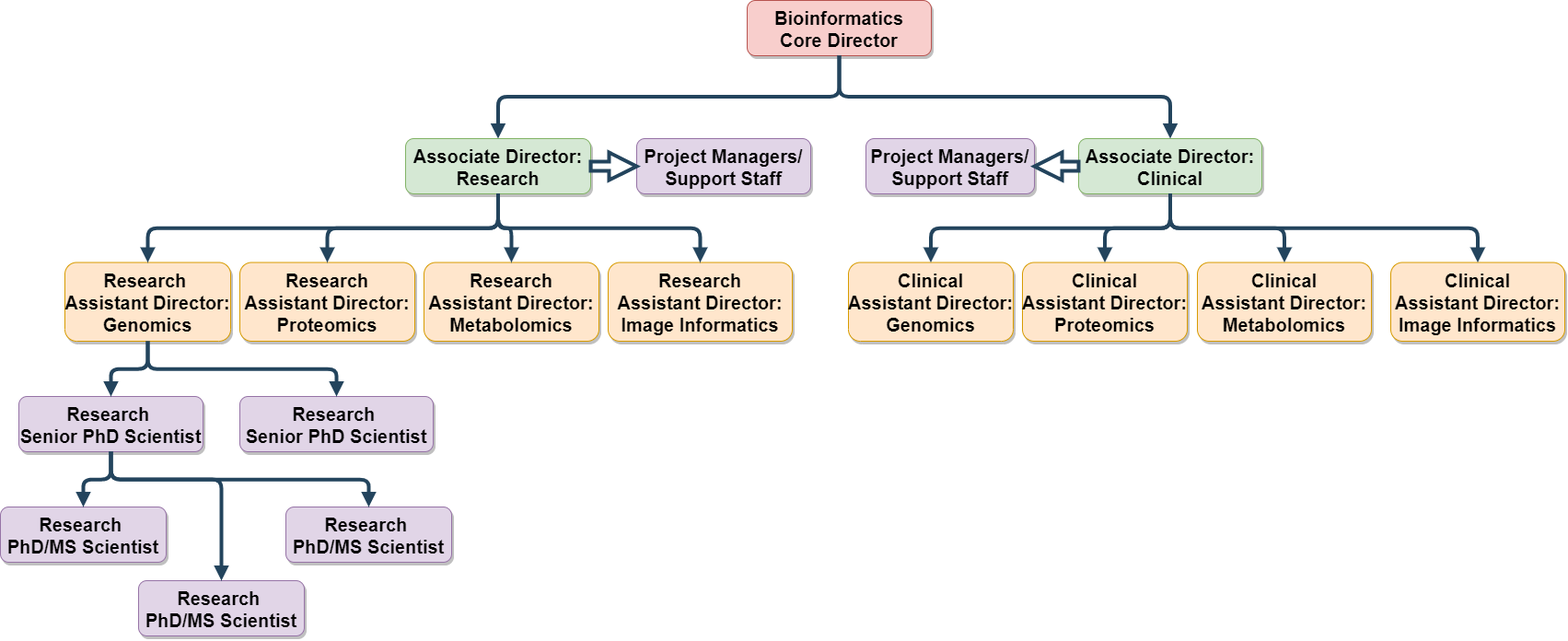
The draw.io diagram v/latest/images/bi_org.png in alemenze/Core_Proposal, before a commit. Source tidied: cells renumbered, new cells last; positions are measured from the earlier drawing's top-left corner, leaving out a move shared by most shapes.
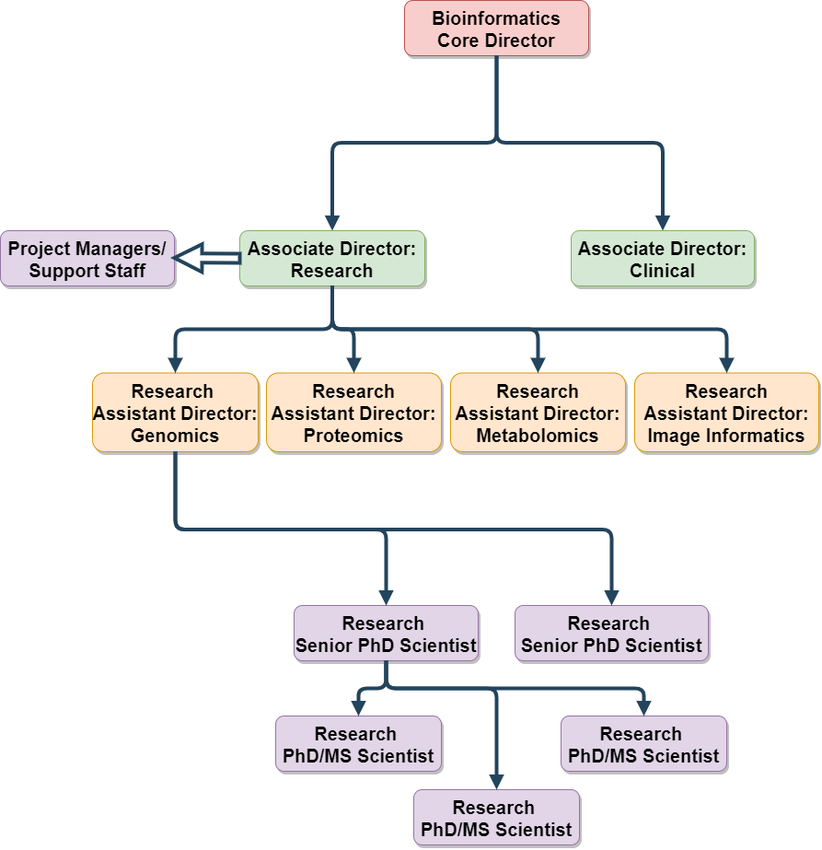
Above is the later version.

What changed in the source:
```diff
@@ -3,114 +3,84 @@
     <mxCell id="0" />
     <mxCell id="1" parent="0" />
     <mxCell id="2" value="Bioinformatics &#10;Core Director" style="rounded=1;fillColor=#f8cecc;strokeColor=#b85450;shadow=1;fontStyle=1;fontSize=20;" parent="1" vertex="1">
-      <mxGeometry x="811" width="200" height="60" as="geometry" />
+      <mxGeometry x="489" y="70" width="200" height="60" as="geometry" />
     </mxCell>
     <mxCell id="3" value="Associate Director:&#10;Research" style="rounded=1;fillColor=#d5e8d4;strokeColor=#82b366;shadow=1;fontStyle=1;fontSize=20;" parent="1" vertex="1">
-      <mxGeometry x="440" y="150" width="201" height="60" as="geometry" />
+      <mxGeometry x="310" y="320" width="201" height="60" as="geometry" />
     </mxCell>
     <mxCell id="4" value="Research &#10;Assistant Director:&#10;Genomics" style="rounded=1;fillColor=#ffe6cc;strokeColor=#d79b00;shadow=1;fontStyle=1;fontSize=20;" parent="1" vertex="1">
-      <mxGeometry x="70" y="284.5" width="180" height="85.5" as="geometry" />
+      <mxGeometry x="150" y="474.5" width="180" height="85.5" as="geometry" />
     </mxCell>
     <mxCell id="5" value="Research&#10;Assistant Director:&#10;Proteomics" style="rounded=1;fillColor=#ffe6cc;strokeColor=#d79b00;shadow=1;fontStyle=1;fontSize=20;" parent="1" vertex="1">
-      <mxGeometry x="260" y="284.5" width="190" height="85.5" as="geometry" />
+      <mxGeometry x="339" y="474.5" width="190" height="85.5" as="geometry" />
     </mxCell>
     <mxCell id="6" value="Research&#10;Assistant Director:&#10;Metabolomics" style="rounded=1;fillColor=#ffe6cc;strokeColor=#d79b00;shadow=1;fontStyle=1;fontSize=20;" parent="1" vertex="1">
-      <mxGeometry x="460" y="284.5" width="190" height="85.5" as="geometry" />
+      <mxGeometry x="539" y="474.5" width="190" height="85.5" as="geometry" />
     </mxCell>
     <mxCell id="7" style="edgeStyle=elbowEdgeStyle;elbow=vertical;strokeWidth=4;endArrow=block;endFill=1;fontStyle=1;strokeColor=#23445D;fontSize=20;" parent="1" edge="1" source="2" target="3">
-      <mxGeometry x="213" y="-44.5" as="geometry" />
+      <mxGeometry x="383" y="-74.5" as="geometry" />
     </mxCell>
     <mxCell id="8" style="edgeStyle=elbowEdgeStyle;elbow=vertical;strokeWidth=4;endArrow=block;endFill=1;fontStyle=1;strokeColor=#23445D;fontSize=20;" parent="1" edge="1" source="3" target="5">
-      <mxGeometry x="-37" y="-10" as="geometry" />
+      <mxGeometry x="103" y="180" as="geometry" />
     </mxCell>
     <mxCell id="9" style="edgeStyle=elbowEdgeStyle;elbow=vertical;strokeWidth=4;endArrow=block;endFill=1;fontStyle=1;strokeColor=#23445D;fontSize=20;" parent="1" edge="1" source="3" target="4">
-      <mxGeometry x="-37" y="-10" as="geometry" />
+      <mxGeometry x="103" y="180" as="geometry" />
     </mxCell>
     <mxCell id="10" style="edgeStyle=elbowEdgeStyle;elbow=vertical;strokeWidth=4;endArrow=block;endFill=1;fontStyle=1;strokeColor=#23445D;fontSize=20;" parent="1" edge="1" source="3" target="6">
-      <mxGeometry x="-37" y="-10" as="geometry" />
+      <mxGeometry x="103" y="180" as="geometry" />
     </mxCell>
     <mxCell id="11" value="Research&#10;Assistant Director:&#10;Image Informatics" style="rounded=1;fillColor=#ffe6cc;strokeColor=#d79b00;shadow=1;fontStyle=1;fontSize=20;" parent="1" vertex="1">
-      <mxGeometry x="660" y="284.5" width="200" height="85.5" as="geometry" />
+      <mxGeometry x="739" y="474.5" width="200" height="85.5" as="geometry" />
     </mxCell>
     <mxCell id="12" style="edgeStyle=elbowEdgeStyle;elbow=vertical;strokeWidth=4;endArrow=block;endFill=1;fontStyle=1;strokeColor=#23445D;entryX=0.5;entryY=0;entryDx=0;entryDy=0;exitX=0.5;exitY=1;exitDx=0;exitDy=0;fontSize=20;" parent="1" edge="1" source="3" target="11">
-      <mxGeometry x="131" y="-15.5" as="geometry" />
+      <mxGeometry x="271" y="174.5" as="geometry" />
     </mxCell>
     <mxCell id="13" value="Associate Director:&#10;Clinical" style="rounded=1;fillColor=#d5e8d4;strokeColor=#82b366;shadow=1;fontStyle=1;fontSize=20;" parent="1" vertex="1">
-      <mxGeometry x="1171" y="150" width="199" height="60" as="geometry" />
+      <mxGeometry x="670" y="320" width="199" height="60" as="geometry" />
     </mxCell>
-    <mxCell id="14" value="Clinical&#10;Assistant Director:&#10;Genomics" style="rounded=1;fillColor=#ffe6cc;strokeColor=#d79b00;shadow=1;fontStyle=1;fontSize=20;" parent="1" vertex="1">
-      <mxGeometry x="921" y="284.5" width="179" height="85.5" as="geometry" />
-    </mxCell>
-    <mxCell id="15" value="Clinical&#10;Assistant Director:&#10;Proteomics" style="rounded=1;fillColor=#ffe6cc;strokeColor=#d79b00;shadow=1;fontStyle=1;fontSize=20;" parent="1" vertex="1">
-      <mxGeometry x="1110" y="284.5" width="179" height="85.5" as="geometry" />
-    </mxCell>
-    <mxCell id="16" value="Clinical&#10;Assistant Director:&#10;Metabolomics" style="rounded=1;fillColor=#ffe6cc;strokeColor=#d79b00;shadow=1;fontStyle=1;fontSize=20;" parent="1" vertex="1">
-      <mxGeometry x="1300" y="284.5" width="189" height="85.5" as="geometry" />
-    </mxCell>
-    <mxCell id="17" style="edgeStyle=elbowEdgeStyle;elbow=vertical;strokeWidth=4;endArrow=block;endFill=1;fontStyle=1;strokeColor=#23445D;fontSize=20;" parent="1" edge="1" source="13" target="15">
-      <mxGeometry x="673" y="-10" as="geometry" />
-    </mxCell>
-    <mxCell id="18" style="edgeStyle=elbowEdgeStyle;elbow=vertical;strokeWidth=4;endArrow=block;endFill=1;fontStyle=1;strokeColor=#23445D;fontSize=20;" parent="1" edge="1" source="13" target="14">
-      <mxGeometry x="673" y="-10" as="geometry" />
-    </mxCell>
-    <mxCell id="19" style="edgeStyle=elbowEdgeStyle;elbow=vertical;strokeWidth=4;endArrow=block;endFill=1;fontStyle=1;strokeColor=#23445D;fontSize=20;" parent="1" edge="1" source="13" target="16">
-      <mxGeometry x="673" y="-10" as="geometry" />
-    </mxCell>
-    <mxCell id="20" value="Clinical&#10;Assistant Director:&#10;Image Informatics" style="rounded=1;fillColor=#ffe6cc;strokeColor=#d79b00;shadow=1;fontStyle=1;fontSize=20;" parent="1" vertex="1">
-      <mxGeometry x="1510" y="284.5" width="189" height="85.5" as="geometry" />
-    </mxCell>
-    <mxCell id="21" style="edgeStyle=elbowEdgeStyle;elbow=vertical;strokeWidth=4;endArrow=block;endFill=1;fontStyle=1;strokeColor=#23445D;entryX=0.5;entryY=0;entryDx=0;entryDy=0;exitX=0.5;exitY=1;exitDx=0;exitDy=0;fontSize=20;" parent="1" edge="1" source="13" target="20">
-      <mxGeometry x="841" y="-15.5" as="geometry" />
-    </mxCell>
     <mxCell id="22" style="edgeStyle=elbowEdgeStyle;elbow=vertical;strokeWidth=4;endArrow=block;endFill=1;fontStyle=1;strokeColor=#23445D;exitX=0.5;exitY=1;exitDx=0;exitDy=0;entryX=0.5;entryY=0;entryDx=0;entryDy=0;fontSize=20;" parent="1" edge="1" source="2" target="13">
-      <mxGeometry x="443" as="geometry" />
+      <mxGeometry x="613" y="-30" as="geometry" />
     </mxCell>
     <mxCell id="23" value="Project Managers/&#10;Support Staff" style="rounded=1;fillColor=#e1d5e7;strokeColor=#9673a6;shadow=1;fontStyle=1;fontSize=20;" parent="1" vertex="1">
-      <mxGeometry x="691" y="150" width="189" height="60" as="geometry" />
+      <mxGeometry x="50" y="320" width="189" height="60" as="geometry" />
     </mxCell>
-    <mxCell id="24" style="edgeStyle=elbowEdgeStyle;elbow=vertical;strokeWidth=4;endArrow=block;endFill=1;fontStyle=1;strokeColor=#23445D;entryX=0;entryY=0.5;entryDx=0;entryDy=0;exitX=1;exitY=0.5;exitDx=0;exitDy=0;shape=arrow;fontSize=20;" parent="1" edge="1" source="3" target="23">
-      <mxGeometry x="235" y="-35.5" as="geometry" />
+    <mxCell id="24" style="edgeStyle=elbowEdgeStyle;elbow=vertical;strokeWidth=4;endArrow=block;endFill=1;fontStyle=1;strokeColor=#23445D;shape=arrow;fontSize=20;entryX=1;entryY=0.5;entryDx=0;entryDy=0;exitX=0;exitY=0.5;exitDx=0;exitDy=0;" parent="1" edge="1" source="3" target="23">
+      <mxGeometry x="375" y="154.5" as="geometry" />
     </mxCell>
-    <mxCell id="25" value="Project Managers/&#10;Support Staff" style="rounded=1;fillColor=#e1d5e7;strokeColor=#9673a6;shadow=1;fontStyle=1;fontSize=20;" parent="1" vertex="1">
-      <mxGeometry x="940" y="150" width="183" height="60" as="geometry" />
-    </mxCell>
-    <mxCell id="26" style="edgeStyle=elbowEdgeStyle;elbow=vertical;strokeWidth=4;endArrow=block;endFill=1;fontStyle=1;strokeColor=#23445D;entryX=1;entryY=0.5;entryDx=0;entryDy=0;exitX=0;exitY=0.5;exitDx=0;exitDy=0;shape=arrow;fontSize=20;" parent="1" edge="1" source="13" target="25">
-      <mxGeometry x="485" y="-35.5" as="geometry" />
-    </mxCell>
     <mxCell id="27" value="Research &#10;Senior PhD Scientist" style="rounded=1;fillColor=#e1d5e7;strokeColor=#9673a6;shadow=1;fontStyle=1;fontSize=20;" parent="1" vertex="1">
-      <mxGeometry x="20" y="430" width="200" height="60" as="geometry" />
+      <mxGeometry x="369" y="727" width="200" height="60" as="geometry" />
     </mxCell>
     <mxCell id="28" value="Research &#10;Senior PhD Scientist" style="rounded=1;fillColor=#e1d5e7;strokeColor=#9673a6;shadow=1;fontStyle=1;fontSize=20;" parent="1" vertex="1">
-      <mxGeometry x="260" y="430" width="210" height="60" as="geometry" />
+      <mxGeometry x="609" y="727" width="210" height="60" as="geometry" />
     </mxCell>
     <mxCell id="29" value="Research &#10;PhD/MS Scientist" style="rounded=1;fillColor=#e1d5e7;strokeColor=#9673a6;shadow=1;fontStyle=1;fontSize=20;" parent="1" vertex="1">
-      <mxGeometry y="550" width="180" height="60" as="geometry" />
+      <mxGeometry x="349" y="847" width="180" height="60" as="geometry" />
     </mxCell>
     <mxCell id="30" value="Research &#10;PhD/MS Scientist" style="rounded=1;fillColor=#e1d5e7;strokeColor=#9673a6;shadow=1;fontStyle=1;fontSize=20;" parent="1" vertex="1">
-      <mxGeometry x="310" y="550" width="180" height="60" as="geometry" />
+      <mxGeometry x="659" y="847" width="180" height="60" as="geometry" />
     </mxCell>
     <mxCell id="31" value="Research &#10;PhD/MS Scientist" style="rounded=1;fillColor=#e1d5e7;strokeColor=#9673a6;shadow=1;fontStyle=1;fontSize=20;" parent="1" vertex="1">
-      <mxGeometry x="150" y="630" width="180" height="60" as="geometry" />
+      <mxGeometry x="499" y="927" width="180" height="60" as="geometry" />
     </mxCell>
     <mxCell id="32" style="edgeStyle=elbowEdgeStyle;elbow=vertical;strokeWidth=4;endArrow=block;endFill=1;fontStyle=1;strokeColor=#23445D;entryX=0.5;entryY=0;entryDx=0;entryDy=0;exitX=0.5;exitY=1;exitDx=0;exitDy=0;fontSize=20;" parent="1" edge="1" source="4" target="27">
-      <mxGeometry x="-238" y="-60" as="geometry" />
+      <mxGeometry x="-98" y="130" as="geometry" />
     </mxCell>
     <mxCell id="33" style="edgeStyle=elbowEdgeStyle;elbow=vertical;strokeWidth=4;endArrow=block;endFill=1;fontStyle=1;strokeColor=#23445D;entryX=0.5;entryY=0;entryDx=0;entryDy=0;exitX=0.5;exitY=1;exitDx=0;exitDy=0;fontSize=20;" parent="1" edge="1" source="4" target="28">
-      <mxGeometry x="92" y="15.5" as="geometry" />
+      <mxGeometry x="232" y="205.5" as="geometry" />
     </mxCell>
     <mxCell id="34" style="edgeStyle=elbowEdgeStyle;elbow=vertical;strokeWidth=4;endArrow=block;endFill=1;fontStyle=1;strokeColor=#23445D;entryX=0.5;entryY=0;entryDx=0;entryDy=0;exitX=0.5;exitY=1;exitDx=0;exitDy=0;fontSize=20;" parent="1" edge="1" source="27" target="29">
-      <mxGeometry x="33" y="365.5" as="geometry" />
+      <mxGeometry x="382" y="662.5" as="geometry" />
     </mxCell>
     <mxCell id="35" style="edgeStyle=elbowEdgeStyle;elbow=vertical;strokeWidth=4;endArrow=block;endFill=1;fontStyle=1;strokeColor=#23445D;entryX=0.5;entryY=0;entryDx=0;entryDy=0;exitX=0.5;exitY=1;exitDx=0;exitDy=0;fontSize=20;" parent="1" edge="1" source="27" target="31">
-      <mxGeometry x="102" y="265.5" as="geometry">
+      <mxGeometry x="451" y="562.5" as="geometry">
         <Array as="points">
-          <mxPoint x="220" y="520" />
-          <mxPoint x="240" y="580" />
+          <mxPoint x="569" y="817" />
+          <mxPoint x="589" y="877" />
         </Array>
       </mxGeometry>
     </mxCell>
     <mxCell id="36" style="edgeStyle=elbowEdgeStyle;elbow=vertical;strokeWidth=4;endArrow=block;endFill=1;fontStyle=1;strokeColor=#23445D;exitX=0.5;exitY=1;exitDx=0;exitDy=0;fontSize=20;entryX=0.5;entryY=0;entryDx=0;entryDy=0;" parent="1" edge="1" source="27" target="30">
-      <mxGeometry x="172" y="195.5" as="geometry" />
+      <mxGeometry x="521" y="492.5" as="geometry" />
     </mxCell>
   </root>
 </mxGraphModel>
```
